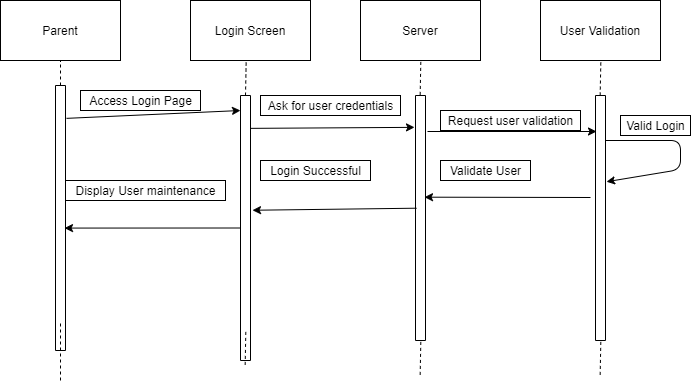
Hanandrof/Group-3-Repository keeps this draw.io diagram as Deliverables/Week_3/Use_Case/Parent/Sequence Diagrams/UserMaintenace.png. Above is the earlier version. Source tidied: cells renumbered, new cells last; positions are measured from the earlier drawing's top-left corner, leaving out a move shared by most shapes.
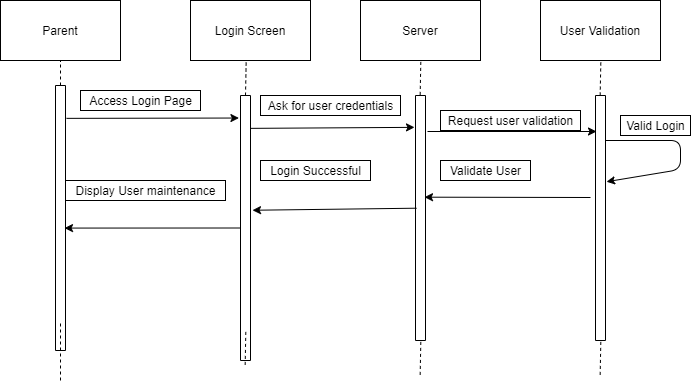
Above is the later version.

Change to the diagram source:
```diff
@@ -35,10 +35,8 @@
         <mxPoint x="60" y="320" as="targetPoint" />
       </mxGeometry>
     </mxCell>
-    <mxCell id="12" style="endArrow=classic;html=1;exitX=0.124;exitY=-0.1;exitDx=0;exitDy=0;exitPerimeter=0;" parent="1" edge="1" source="6">
-      <mxGeometry relative="1" as="geometry">
-        <mxPoint x="240" y="110" as="targetPoint" />
-      </mxGeometry>
+    <mxCell id="12" style="endArrow=classic;html=1;exitX=0.124;exitY=-0.1;exitDx=0;exitDy=0;exitPerimeter=0;entryX=0.085;entryY=1.157;entryDx=0;entryDy=0;entryPerimeter=0;" parent="1" edge="1" source="6" target="7">
+      <mxGeometry relative="1" as="geometry" />
     </mxCell>
     <mxCell id="13" value="Access Login Page" style="text;html=1;align=center;verticalAlign=middle;strokeColor=#000000;" parent="1" vertex="1">
       <mxGeometry x="80" y="90" width="120" height="20" as="geometry" />
```
